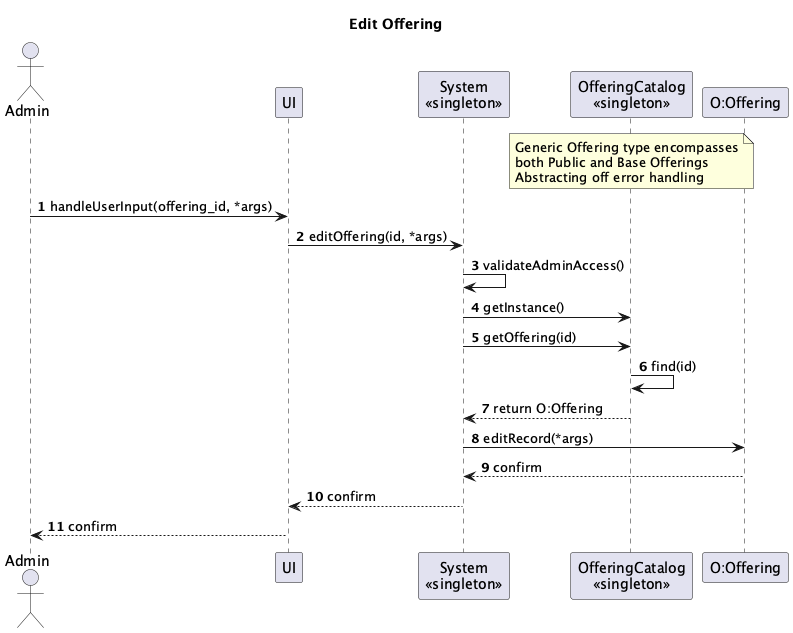
Before: System-Diagrams/UML Interaction/Admin/Admin-Interaction-Diagrams_007.png, a diagram exported from PlantUML (vibqetowi/soen-342-project). Its diagram source:
```plantuml
@startuml
actor Admin
participant UI
participant "System\n<<singleton>>" as System
participant "OfferingCatalog\n<<singleton>>" as OfferingCatalog
participant "O:Offering" as Offering

note over OfferingCatalog
Generic Offering type encompasses
both Public and Base Offerings
Abstracting off error handling
end note

title Edit Offering

autonumber

Admin -> UI: handleUserInput(offering_id, *args)
UI -> System: editOffering(id, *args)

System -> System: validateAdminAccess()
System -> OfferingCatalog: getInstance()
System -> OfferingCatalog: getOffering(id)
OfferingCatalog -> OfferingCatalog: find(id)
OfferingCatalog --> System: return O:Offering

System -> Offering: editRecord(*args)
Offering --> System: confirm
System --> UI: confirm
UI --> Admin: confirm
@enduml
```
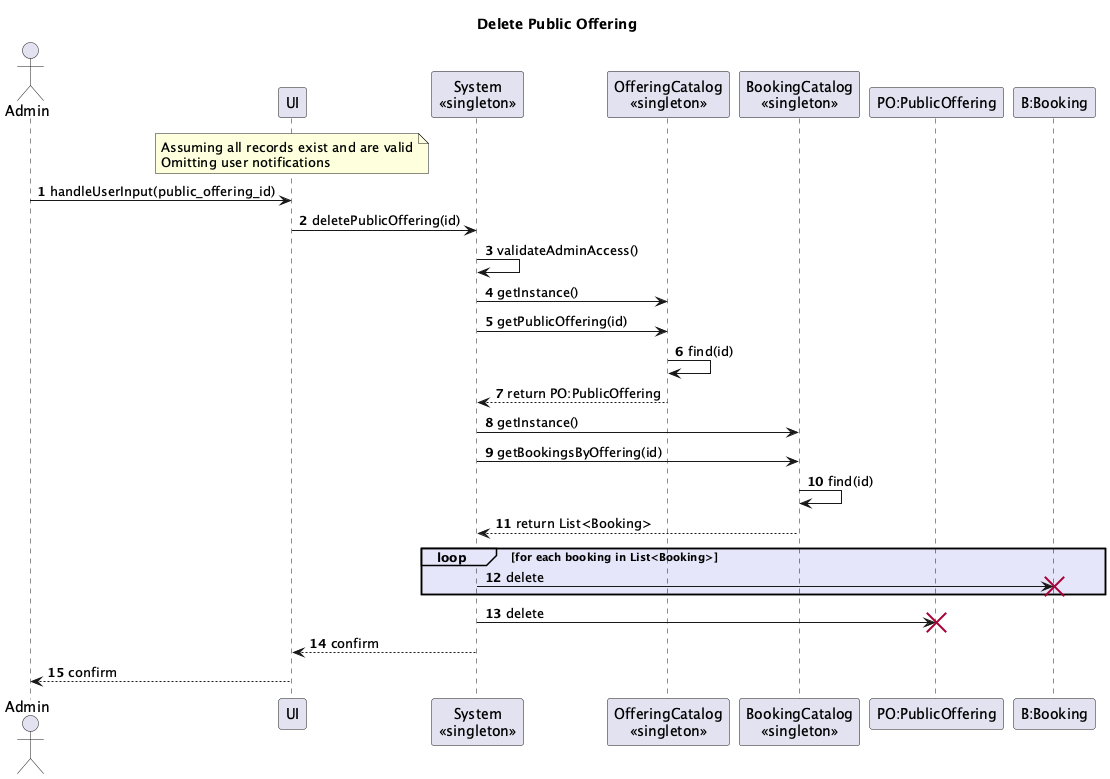
After the change.

Diff of the diagram source:
```diff
@@ -3,29 +3,38 @@
 participant UI
 participant "System\n<<singleton>>" as System
 participant "OfferingCatalog\n<<singleton>>" as OfferingCatalog
-participant "O:Offering" as Offering
+participant "BookingCatalog\n<<singleton>>" as BookingCatalog
+participant "PO:PublicOffering" as PublicOffering
+participant "B:Booking" as Booking
 
-note over OfferingCatalog
-Generic Offering type encompasses
-both Public and Base Offerings
-Abstracting off error handling
+title Delete Public Offering
+
+note over UI
+Assuming all records exist and are valid
+Omitting user notifications
 end note
-
-title Edit Offering
 
 autonumber
 
-Admin -> UI: handleUserInput(offering_id, *args)
-UI -> System: editOffering(id, *args)
+Admin -> UI: handleUserInput(public_offering_id)
+UI -> System: deletePublicOffering(id)
 
 System -> System: validateAdminAccess()
 System -> OfferingCatalog: getInstance()
-System -> OfferingCatalog: getOffering(id)
+System -> OfferingCatalog: getPublicOffering(id)
 OfferingCatalog -> OfferingCatalog: find(id)
-OfferingCatalog --> System: return O:Offering
+OfferingCatalog --> System: return PO:PublicOffering
 
-System -> Offering: editRecord(*args)
-Offering --> System: confirm
+System -> BookingCatalog: getInstance()
+System -> BookingCatalog: getBookingsByOffering(id)
+BookingCatalog -> BookingCatalog: find(id)
+BookingCatalog --> System: return List<Booking>
+
+loop#e6e6fa #e6e6fa for each booking in List<Booking>
+    System -> Booking !!: delete
+end
+
+System -> PublicOffering !!: delete
 System --> UI: confirm
 UI --> Admin: confirm
 @enduml
```
